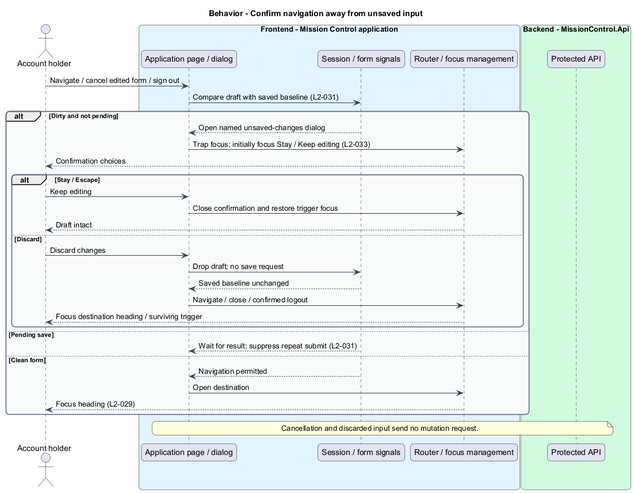
QuinntyneBrown/mission-control keeps this PlantUML diagram as docs/detailed-designs/workspace/navigate-and-recover-input/diagrams/sequence-leave-dirty-form.png. Above is the earlier version. Its diagram source:
```plantuml
@startuml
skinparam backgroundColor #FFFFFF
skinparam shadowing false
skinparam roundcorner 12
skinparam defaultFontName Arial
skinparam ArrowColor #344054
skinparam rectangle {
  BorderColor #344054
  FontColor #101828
}
skinparam package {
  BorderColor #667085
  FontColor #101828
  BackgroundColor #F9FAFB
}
title Behavior - Confirm navigation away from unsaved input
actor "Account holder" as actor
box "Frontend - Mission Control application" #E0F2FE
  participant "Application page / dialog" as page
  participant "Session / form signals" as state
  participant "Router / focus management" as router
end box
box "Backend - MissionControl.Api" #D1FADF
  participant "Protected API" as api
end box
actor -> page : Navigate / cancel edited form / sign out
page -> state : Compare draft with saved baseline (L2-031)
alt Dirty and not pending
  state --> page : Open named unsaved-changes dialog
  page -> router : Trap focus; initially focus Stay / Keep editing (L2-033)
  router --> actor : Confirmation choices
  alt Stay / Escape
    actor -> page : Keep editing
    page -> router : Close confirmation and restore trigger focus
    router --> actor : Draft intact
  else Discard
    actor -> page : Discard changes
    page -> state : Drop draft; no save request
    state --> page : Saved baseline unchanged
    page -> router : Navigate / close / confirmed logout
    router --> actor : Focus destination heading / surviving trigger
  end
else Pending save
  state --> page : Wait for result; suppress repeat submit (L2-031)
else Clean form
  state --> page : Navigation permitted
  page -> router : Open destination
  router --> actor : Focus heading (L2-029)
end
note over page, api
Cancellation and discarded input send no mutation request.
end note
@enduml
```
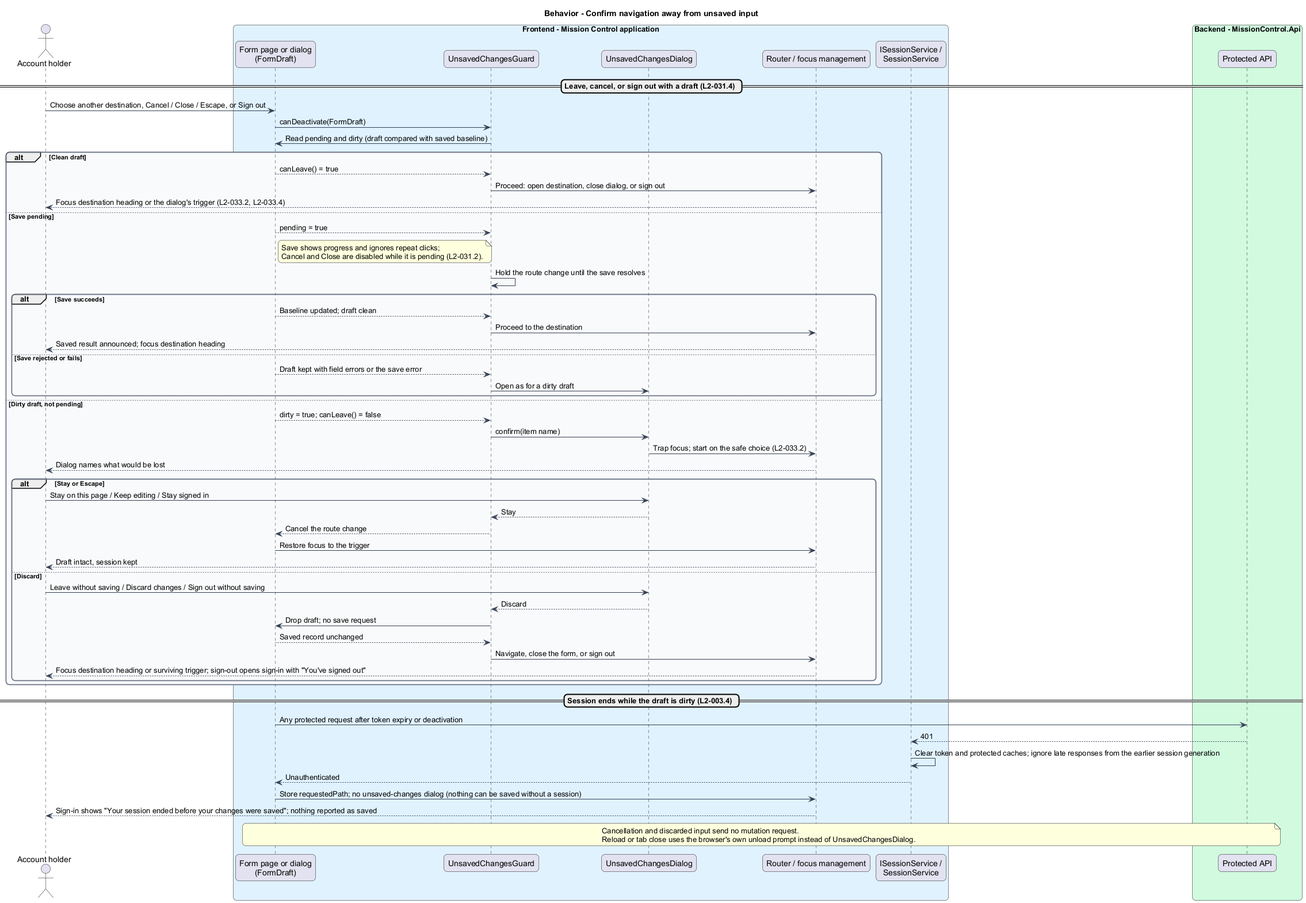
The same diagram one commit later.

The edit, as a diff of the source:
```diff
@@ -16,38 +16,70 @@
 title Behavior - Confirm navigation away from unsaved input
 actor "Account holder" as actor
 box "Frontend - Mission Control application" #E0F2FE
-  participant "Application page / dialog" as page
-  participant "Session / form signals" as state
+  participant "Form page or dialog\n(FormDraft)" as page
+  participant "UnsavedChangesGuard" as guard
+  participant "UnsavedChangesDialog" as dialog
   participant "Router / focus management" as router
+  participant "ISessionService /\nSessionService" as session
 end box
 box "Backend - MissionControl.Api" #D1FADF
   participant "Protected API" as api
 end box
-actor -> page : Navigate / cancel edited form / sign out
-page -> state : Compare draft with saved baseline (L2-031)
-alt Dirty and not pending
-  state --> page : Open named unsaved-changes dialog
-  page -> router : Trap focus; initially focus Stay / Keep editing (L2-033)
-  router --> actor : Confirmation choices
-  alt Stay / Escape
-    actor -> page : Keep editing
-    page -> router : Close confirmation and restore trigger focus
-    router --> actor : Draft intact
+
+== Leave, cancel, or sign out with a draft (L2-031.4) ==
+actor -> page : Choose another destination, Cancel / Close / Escape, or Sign out
+page -> guard : canDeactivate(FormDraft)
+guard -> page : Read pending and dirty (draft compared with saved baseline)
+alt Clean draft
+  page --> guard : canLeave() = true
+  guard -> router : Proceed: open destination, close dialog, or sign out
+  router --> actor : Focus destination heading or the dialog's trigger (L2-033.2, L2-033.4)
+else Save pending
+  page --> guard : pending = true
+  note right of page
+    Save shows progress and ignores repeat clicks;
+    Cancel and Close are disabled while it is pending (L2-031.2).
+  end note
+  guard -> guard : Hold the route change until the save resolves
+  alt Save succeeds
+    page --> guard : Baseline updated; draft clean
+    guard -> router : Proceed to the destination
+    router --> actor : Saved result announced; focus destination heading
+  else Save rejected or fails
+    page --> guard : Draft kept with field errors or the save error
+    guard -> dialog : Open as for a dirty draft
+  end
+else Dirty draft, not pending
+  page --> guard : dirty = true; canLeave() = false
+  guard -> dialog : confirm(item name)
+  dialog -> router : Trap focus; start on the safe choice (L2-033.2)
+  router --> actor : Dialog names what would be lost
+  alt Stay or Escape
+    actor -> dialog : Stay on this page / Keep editing / Stay signed in
+    dialog --> guard : Stay
+    guard --> page : Cancel the route change
+    page -> router : Restore focus to the trigger
+    router --> actor : Draft intact, session kept
   else Discard
-    actor -> page : Discard changes
-    page -> state : Drop draft; no save request
-    state --> page : Saved baseline unchanged
-    page -> router : Navigate / close / confirmed logout
-    router --> actor : Focus destination heading / surviving trigger
+    actor -> dialog : Leave without saving / Discard changes / Sign out without saving
+    dialog --> guard : Discard
+    guard -> page : Drop draft; no save request
+    page --> guard : Saved record unchanged
+    guard -> router : Navigate, close the form, or sign out
+    router --> actor : Focus destination heading or surviving trigger; sign-out opens sign-in with "You've signed out"
   end
-else Pending save
-  state --> page : Wait for result; suppress repeat submit (L2-031)
-else Clean form
-  state --> page : Navigation permitted
-  page -> router : Open destination
-  router --> actor : Focus heading (L2-029)
 end
+
+== Session ends while the draft is dirty (L2-003.4) ==
+page -> api : Any protected request after token expiry or deactivation
+api --> session : 401
+session -> session : Clear token and protected caches; ignore late responses from the earlier session generation
+session --> page : Unauthenticated
+page -> router : Store requestedPath; no unsaved-changes dialog (nothing can be saved without a session)
+router --> actor : Sign-in shows "Your session ended before your changes were saved"; nothing reported as saved
+
 note over page, api
 Cancellation and discarded input send no mutation request.
+Reload or tab close uses the browser's own unload prompt instead of UnsavedChangesDialog.
 end note
 @enduml
```
